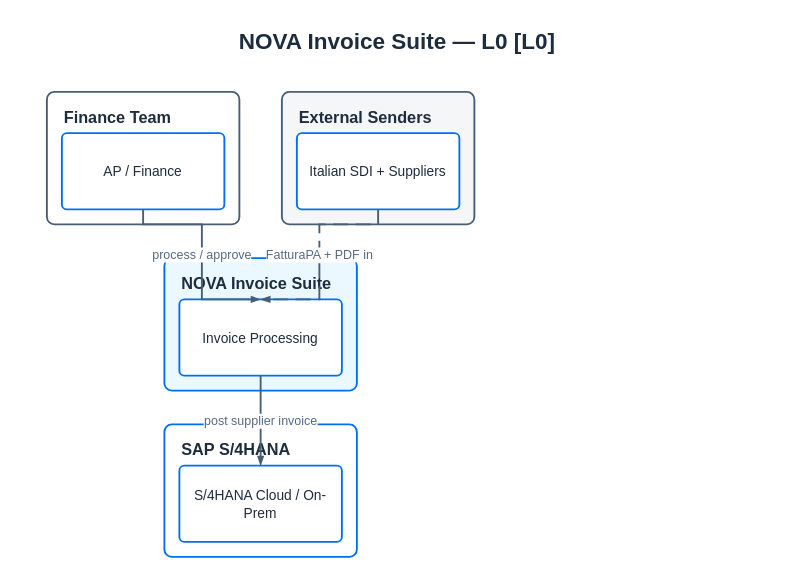
Earlier version of the draw.io diagram demo/nova/nova-L0.drawio (Raistlin82/sap-diagrams-pro). Source tidied: cells renumbered, new cells numbered last; positions are measured from the earlier drawing's top-left corner, leaving out a move shared by most shapes. Both pictures are drawn from the tidied source at 125%, with x=0, y=0 at pixel (21, 21).
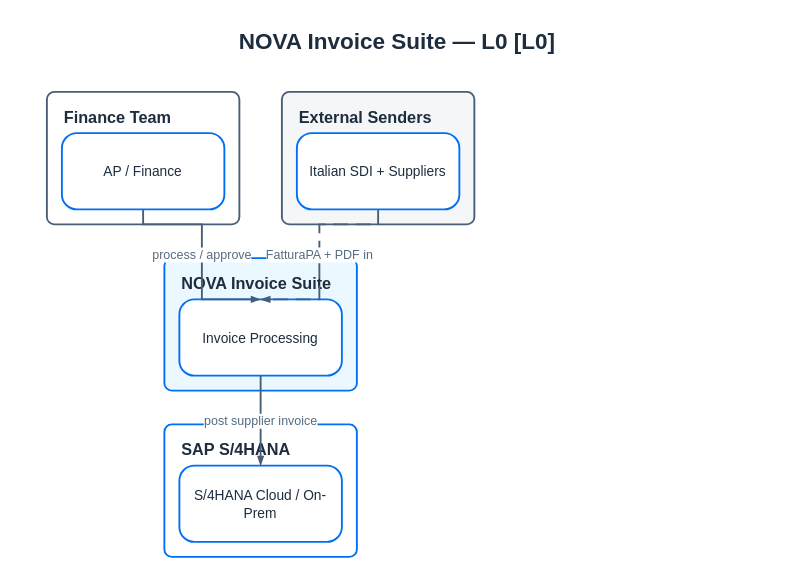
After the change.

Change to the diagram source:
```diff
@@
 <mxGraphModel>
   <root>
     <mxCell id="0" />
     <mxCell id="1" parent="0" />
     <mxCell id="2" value="NOVA Invoice Suite — L0 [L0]" style="text;html=1;align=center;verticalAlign=middle;fontColor=#1D2D3E;fontSize=18;fontStyle=1;" parent="1" vertex="1">
       <mxGeometry width="600" height="32" as="geometry" />
     </mxCell>
     <mxCell id="3" value="Finance Team" style="rounded=1;whiteSpace=wrap;html=1;strokeColor=#475E75;fillColor=#FFFFFF;arcSize=12;absoluteArcSize=1;strokeWidth=1.5;verticalAlign=top;align=left;fontColor=#1D2D3E;fontStyle=1;fontSize=13;spacingLeft=12;spacingTop=6;" parent="1" vertex="1">
       <mxGeometry x="20" y="56" width="154" height="106" as="geometry" />
     </mxCell>
     <mxCell id="4" value="External Senders" style="rounded=1;whiteSpace=wrap;html=1;strokeColor=#475E75;fillColor=#F5F6F7;arcSize=12;absoluteArcSize=1;strokeWidth=1.5;verticalAlign=top;align=left;fontColor=#1D2D3E;fontStyle=1;fontSize=13;spacingLeft=12;spacingTop=6;" parent="1" vertex="1">
       <mxGeometry x="208" y="56" width="154" height="106" as="geometry" />
     </mxCell>
     <mxCell id="5" value="NOVA Invoice Suite" style="rounded=1;whiteSpace=wrap;html=1;strokeColor=#0070F2;fillColor=#EBF8FF;arcSize=12;absoluteArcSize=1;strokeWidth=1.5;verticalAlign=top;align=left;fontColor=#1D2D3E;fontStyle=1;fontSize=13;spacingLeft=12;spacingTop=6;" parent="1" vertex="1">
       <mxGeometry x="114" y="189" width="154" height="106" as="geometry" />
     </mxCell>
     <mxCell id="6" value="SAP S/4HANA" style="rounded=1;whiteSpace=wrap;html=1;strokeColor=#0070F2;fillColor=#FFFFFF;arcSize=12;absoluteArcSize=1;strokeWidth=1.5;verticalAlign=top;align=left;fontColor=#1D2D3E;fontStyle=1;fontSize=13;spacingLeft=12;spacingTop=6;" parent="1" vertex="1">
       <mxGeometry x="114" y="322" width="154" height="106" as="geometry" />
     </mxCell>
-    <mxCell id="7" value="AP / Finance" style="rounded=1;whiteSpace=wrap;html=1;strokeColor=#0070F2;fillColor=#FFFFFF;arcSize=8;absoluteArcSize=1;strokeWidth=1.5;fontColor=#1D2D3E;fontSize=11;align=center;verticalAlign=middle;" parent="3" vertex="1">
+    <mxCell id="7" value="AP / Finance" style="rounded=1;whiteSpace=wrap;html=1;strokeColor=#0070F2;fillColor=#FFFFFF;arcSize=24;absoluteArcSize=1;strokeWidth=1.5;fontColor=#1D2D3E;fontSize=11;align=center;verticalAlign=middle;" parent="3" vertex="1">
       <mxGeometry x="12" y="33" width="130" height="61" as="geometry" />
     </mxCell>
-    <mxCell id="8" value="Italian SDI + Suppliers" style="rounded=1;whiteSpace=wrap;html=1;strokeColor=#0070F2;fillColor=#FFFFFF;arcSize=8;absoluteArcSize=1;strokeWidth=1.5;fontColor=#1D2D3E;fontSize=11;align=center;verticalAlign=middle;" parent="4" vertex="1">
+    <mxCell id="8" value="Italian SDI + Suppliers" style="rounded=1;whiteSpace=wrap;html=1;strokeColor=#0070F2;fillColor=#FFFFFF;arcSize=24;absoluteArcSize=1;strokeWidth=1.5;fontColor=#1D2D3E;fontSize=11;align=center;verticalAlign=middle;" parent="4" vertex="1">
       <mxGeometry x="12" y="33" width="130" height="61" as="geometry" />
     </mxCell>
-    <mxCell id="9" value="Invoice Processing" style="rounded=1;whiteSpace=wrap;html=1;strokeColor=#0070F2;fillColor=#FFFFFF;arcSize=8;absoluteArcSize=1;strokeWidth=1.5;fontColor=#1D2D3E;fontSize=11;align=center;verticalAlign=middle;" parent="5" vertex="1">
+    <mxCell id="9" value="Invoice Processing" style="rounded=1;whiteSpace=wrap;html=1;strokeColor=#0070F2;fillColor=#FFFFFF;arcSize=24;absoluteArcSize=1;strokeWidth=1.5;fontColor=#1D2D3E;fontSize=11;align=center;verticalAlign=middle;" parent="5" vertex="1">
       <mxGeometry x="12" y="33" width="130" height="61" as="geometry" />
     </mxCell>
-    <mxCell id="10" value="S/4HANA Cloud / On-Prem" style="rounded=1;whiteSpace=wrap;html=1;strokeColor=#0070F2;fillColor=#FFFFFF;arcSize=8;absoluteArcSize=1;strokeWidth=1.5;fontColor=#1D2D3E;fontSize=11;align=center;verticalAlign=middle;" parent="6" vertex="1">
+    <mxCell id="10" value="S/4HANA Cloud / On-Prem" style="rounded=1;whiteSpace=wrap;html=1;strokeColor=#0070F2;fillColor=#FFFFFF;arcSize=24;absoluteArcSize=1;strokeWidth=1.5;fontColor=#1D2D3E;fontSize=11;align=center;verticalAlign=middle;" parent="6" vertex="1">
       <mxGeometry x="12" y="33" width="130" height="61" as="geometry" />
     </mxCell>
     <mxCell id="11" value="FatturaPA + PDF in" style="edgeStyle=orthogonalEdgeStyle;rounded=0;jettySize=auto;html=1;endArrow=blockThin;endFill=1;endSize=4;startSize=4;strokeColor=#475E75;strokeWidth=1.5;startArrow=none;dashed=1;dashPattern=8 4;fontSize=10;fontColor=#556B82;labelBackgroundColor=#FFFFFF;labelBorderColor=none;verticalAlign=middle;align=center;exitX=0.5;exitY=1.0;exitDx=0;exitDy=0;entryX=0.5;entryY=0.0;entryDx=0;entryDy=0;" parent="1" edge="1" source="8" target="9">
       <mxGeometry relative="1" as="geometry">
         <Array as="points">
           <mxPoint x="238" y="162" />
           <mxPoint x="238" y="167" />
           <mxPoint x="238" y="172" />
         </Array>
       </mxGeometry>
     </mxCell>
     <mxCell id="12" value="process / approve" style="edgeStyle=orthogonalEdgeStyle;rounded=0;jettySize=auto;html=1;endArrow=blockThin;endFill=1;endSize=4;startSize=4;strokeColor=#475E75;strokeWidth=1.5;startArrow=none;dashed=0;fontSize=10;fontColor=#556B82;labelBackgroundColor=#FFFFFF;labelBorderColor=none;verticalAlign=middle;align=center;exitX=0.5;exitY=1.0;exitDx=0;exitDy=0;entryX=0.5;entryY=0.0;entryDx=0;entryDy=0;" parent="1" edge="1" source="7" target="9">
       <mxGeometry relative="1" as="geometry">
         <Array as="points">
           <mxPoint x="144" y="162" />
           <mxPoint x="144" y="167" />
           <mxPoint x="144" y="172" />
         </Array>
       </mxGeometry>
     </mxCell>
     <mxCell id="13" value="post supplier invoice" style="edgeStyle=orthogonalEdgeStyle;rounded=0;jettySize=auto;html=1;endArrow=blockThin;endFill=1;endSize=4;startSize=4;strokeColor=#475E75;strokeWidth=1.5;startArrow=none;dashed=0;fontSize=10;fontColor=#556B82;labelBackgroundColor=#FFFFFF;labelBorderColor=none;verticalAlign=middle;align=center;exitX=0.5;exitY=1.0;exitDx=0;exitDy=0;entryX=0.5;entryY=0.0;entryDx=0;entryDy=0;" parent="1" edge="1" source="9" target="10">
       <mxGeometry relative="1" as="geometry">
         <Array as="points">
           <mxPoint x="191" y="295" />
           <mxPoint x="191" y="300" />
           <mxPoint x="191" y="305" />
         </Array>
       </mxGeometry>
     </mxCell>
   </root>
 </mxGraphModel>
```
